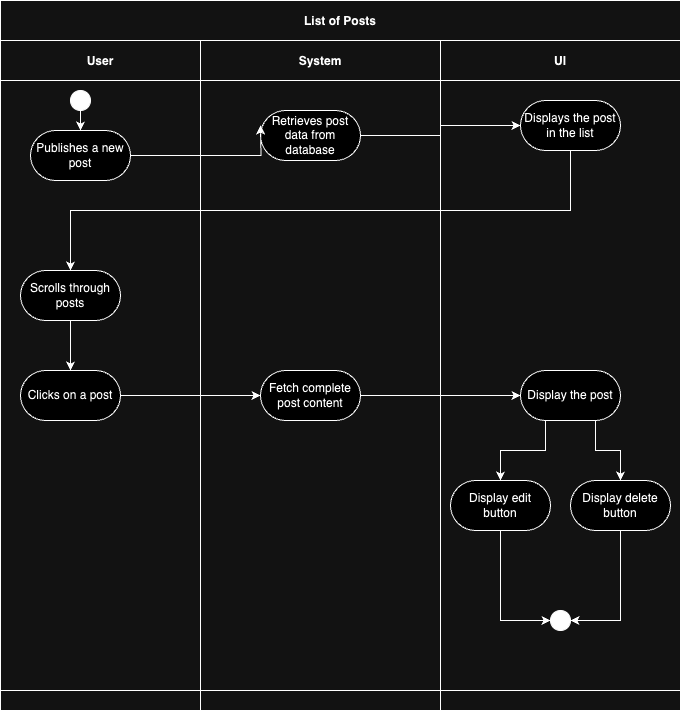
This is Assets/ListUpdate.png from millisom/GluGuide, a draw.io export, as it was before one commit. Source tidied: cells renumbered, new cells last; positions are measured from the earlier drawing's top-left corner, leaving out a move shared by most shapes.
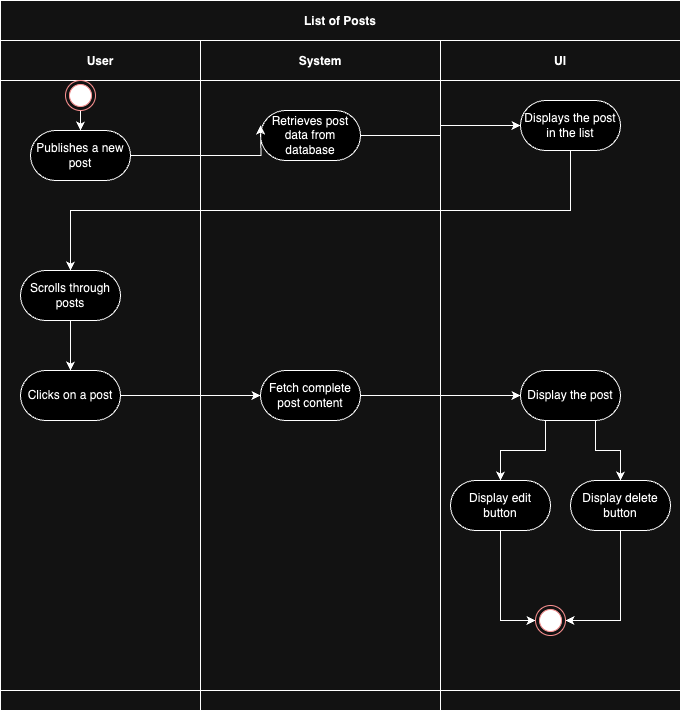
The same file after the commit.

Diff of the diagram source:
```diff
@@ -23,12 +23,14 @@
     <mxCell id="8" value="Clicks on a post" style="rounded=1;whiteSpace=wrap;html=1;arcSize=50;" parent="4" vertex="1">
       <mxGeometry x="20" y="330" width="100" height="50" as="geometry" />
     </mxCell>
-    <mxCell id="9" style="edgeStyle=orthogonalEdgeStyle;rounded=0;jettySize=auto;html=1;exitX=0.5;exitY=1;exitDx=0;exitDy=0;entryX=0.5;entryY=0;entryDx=0;entryDy=0;" parent="4" edge="1" source="10" target="5">
-      <mxGeometry relative="1" as="geometry" />
+    <mxCell id="9" style="edgeStyle=orthogonalEdgeStyle;rounded=0;jettySize=auto;html=1;exitX=0.5;exitY=1;exitDx=0;exitDy=0;entryX=0.5;entryY=0;entryDx=0;entryDy=0;" parent="4" edge="1" target="5">
+      <mxGeometry relative="1" as="geometry">
+        <mxPoint x="80" y="70" as="sourcePoint" />
+      </mxGeometry>
     </mxCell>
-    <mxCell id="10" style="ellipse;whiteSpace=wrap;html=1;fillColor=#000000;" parent="4" vertex="1">
-      <mxGeometry x="70" y="50" width="20" height="20" as="geometry" />
-    </mxCell>
+    <mxCell id="33" style="ellipse;html=1;shape=endState;fillColor=#000000;strokeColor=#ff0000;" parent="4" vertex="1">
+      <mxGeometry x="65" y="40" width="30" height="30" as="geometry" />
+    </mxCell>
     <mxCell id="11" value="System" style="swimlane;swimlaneHead=0;swimlaneBody=0;fillColor=none;startSize=40;fontStyle=1;" parent="3" vertex="1">
       <mxGeometry x="200" width="240" height="650" as="geometry" />
     </mxCell>
@@ -50,24 +52,24 @@
     <mxCell id="17" value="Display the post" style="rounded=1;whiteSpace=wrap;html=1;arcSize=50;" parent="14" vertex="1">
       <mxGeometry x="80" y="330" width="100" height="50" as="geometry" />
     </mxCell>
-    <mxCell id="18" style="ellipse;whiteSpace=wrap;html=1;fillColor=#000000;" parent="14" vertex="1">
-      <mxGeometry x="110" y="570" width="20" height="20" as="geometry" />
-    </mxCell>
     <mxCell id="19" value="Displays the post in the list" style="rounded=1;whiteSpace=wrap;html=1;arcSize=50;" parent="14" vertex="1">
       <mxGeometry x="80" y="60" width="100" height="50" as="geometry" />
     </mxCell>
-    <mxCell id="20" style="edgeStyle=orthogonalEdgeStyle;rounded=0;jettySize=auto;html=1;exitX=0.5;exitY=1;exitDx=0;exitDy=0;entryX=0;entryY=0.5;entryDx=0;entryDy=0;" parent="14" edge="1" source="21" target="18">
+    <mxCell id="20" style="edgeStyle=orthogonalEdgeStyle;rounded=0;jettySize=auto;html=1;exitX=0.5;exitY=1;exitDx=0;exitDy=0;entryX=0;entryY=0.5;entryDx=0;entryDy=0;" parent="14" edge="1" source="21" target="35">
       <mxGeometry relative="1" as="geometry" />
     </mxCell>
     <mxCell id="21" value="Display edit button" style="rounded=1;whiteSpace=wrap;html=1;arcSize=50;" parent="14" vertex="1">
       <mxGeometry x="10" y="440" width="100" height="50" as="geometry" />
     </mxCell>
-    <mxCell id="22" style="edgeStyle=orthogonalEdgeStyle;rounded=0;jettySize=auto;html=1;exitX=0.5;exitY=1;exitDx=0;exitDy=0;entryX=1;entryY=0.5;entryDx=0;entryDy=0;" parent="14" edge="1" source="23" target="18">
-      <mxGeometry relative="1" as="geometry" />
-    </mxCell>
+    <mxCell id="34" style="edgeStyle=orthogonalEdgeStyle;rounded=0;jettySize=auto;html=1;exitX=0.5;exitY=1;exitDx=0;exitDy=0;entryX=1;entryY=0.5;entryDx=0;entryDy=0;" parent="14" edge="1" source="23" target="35">
+      <mxGeometry relative="1" as="geometry" />
+    </mxCell>
     <mxCell id="23" value="Display delete button" style="rounded=1;whiteSpace=wrap;html=1;arcSize=50;" parent="14" vertex="1">
       <mxGeometry x="130" y="440" width="100" height="50" as="geometry" />
     </mxCell>
+    <mxCell id="35" style="ellipse;html=1;shape=endState;fillColor=#000000;strokeColor=#ff0000;" parent="14" vertex="1">
+      <mxGeometry x="95" y="565" width="30" height="30" as="geometry" />
+    </mxCell>
     <mxCell id="24" style="edgeStyle=orthogonalEdgeStyle;rounded=0;jettySize=auto;html=1;entryX=0;entryY=0.5;entryDx=0;entryDy=0;" parent="3" edge="1" source="5">
       <mxGeometry relative="1" as="geometry">
         <mxPoint x="260" y="85" as="targetPoint" />
```
